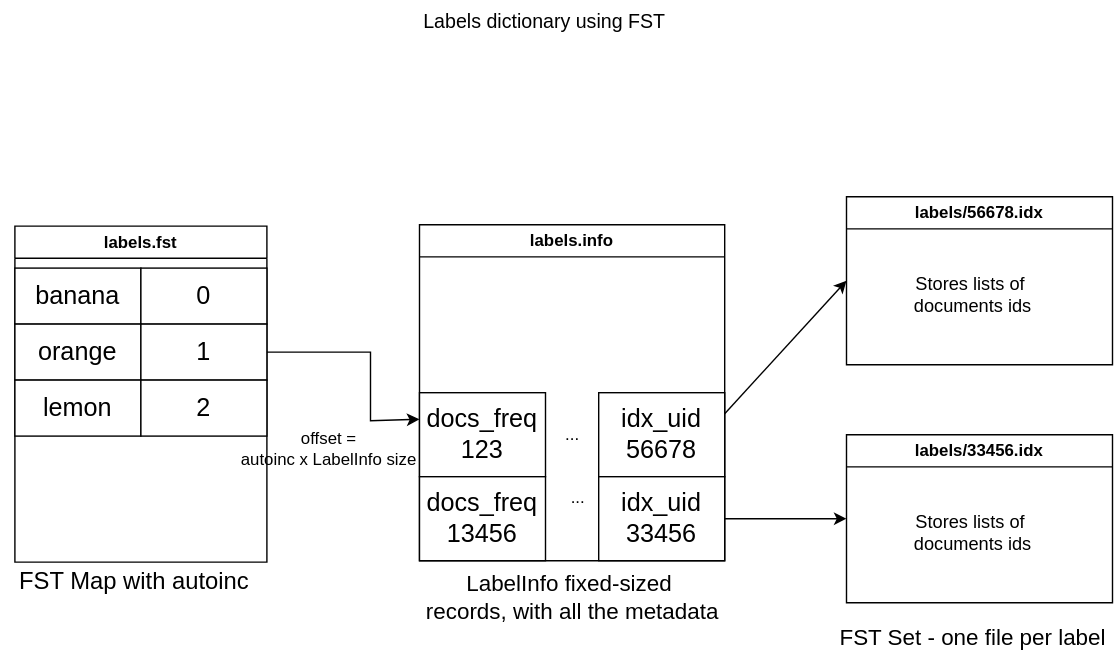
tarekziade/labels keeps this draw.io diagram as labels.drawio.svg. Above is the earlier version. Source tidied: cells renumbered, new cells last; positions are measured from the earlier drawing's top-left corner, leaving out a move shared by most shapes.
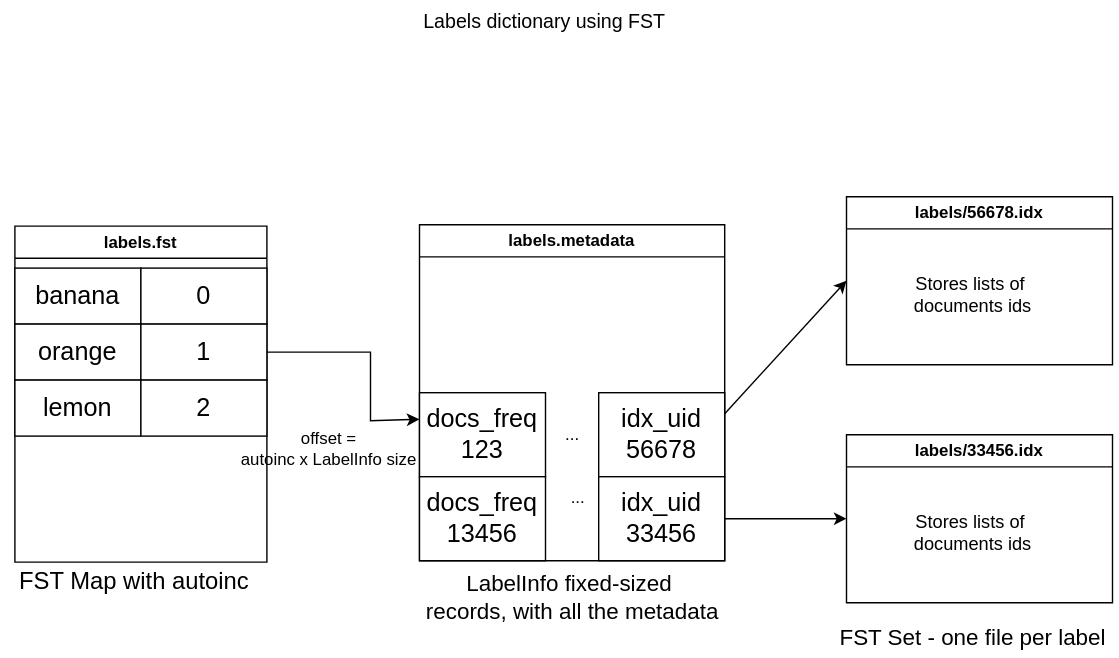
After the change.

Change to the diagram source:
```diff
@@ -23,7 +23,7 @@
     <mxCell id="8" value="2" style="rounded=0;whiteSpace=wrap;html=1;fontSize=18;" parent="2" vertex="1">
       <mxGeometry x="90" y="110" width="90" height="40" as="geometry" />
     </mxCell>
-    <mxCell id="9" value="labels.info" style="swimlane;whiteSpace=wrap;html=1;" parent="1" vertex="1">
+    <mxCell id="9" value="labels.metadata" style="swimlane;whiteSpace=wrap;html=1;" parent="1" vertex="1">
       <mxGeometry x="299" y="160" width="218" height="240" as="geometry" />
     </mxCell>
     <mxCell id="10" value="&lt;div&gt;docs_freq&lt;/div&gt;&lt;div&gt;123&lt;br&gt;&lt;/div&gt;" style="rounded=0;whiteSpace=wrap;html=1;fontSize=18;align=center;" parent="9" vertex="1">
```
